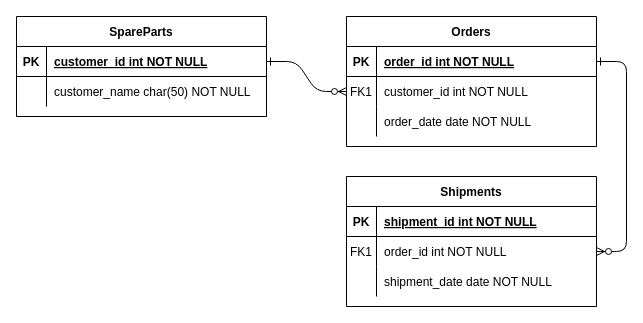
This is page "Page-5" (5 of 5) of Bentley.drawio from giuberti/diagrams, a draw.io file, before an edit. Source tidied: cells renumbered, new cells numbered last; positions are measured from the earlier drawing's top-left corner, leaving out a move shared by most shapes. Both pictures are drawn from the tidied source at 100%, with x=0, y=0 at pixel (16, 16).
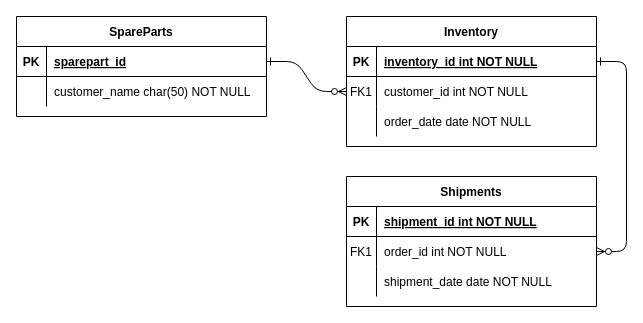
Above is the later version.

Unchanged cells that the change refers to:
```xml
<mxCell id="5" style="shape=partialRectangle;fillColor=none;points=[[0,0.5],[1,0.5]];portConstraint=eastwest;top=0;left=0;right=0;bottom=1;" parent="4" vertex="1">
  <mxGeometry y="30" width="250" height="30" as="geometry" />
</mxCell>
<mxCell id="25" style="shape=partialRectangle;fillColor=none;points=[[0,0.5],[1,0.5]];portConstraint=eastwest;top=0;left=0;right=0;bottom=1;" parent="24" vertex="1">
  <mxGeometry y="30" width="250" height="30" as="geometry" />
</mxCell>
```

Change to the diagram source:
```diff
@@
-    <mxCell id="4" value="Orders" style="shape=table;startSize=30;childLayout=tableLayout;rowLines=0;fontStyle=1;align=center;" parent="1" vertex="1">
+    <mxCell id="4" value="Inventory" style="shape=table;startSize=30;childLayout=tableLayout;rowLines=0;fontStyle=1;align=center;" parent="1" vertex="1">
       <mxGeometry x="330" width="250" height="130" as="geometry" />
     </mxCell>
@@
-    <mxCell id="7" value="order_id int NOT NULL " style="shape=partialRectangle;overflow=hidden;fillColor=none;top=0;left=0;bottom=0;right=0;align=left;spacingLeft=6;fontStyle=5;" parent="5" vertex="1">
+    <mxCell id="7" value="inventory_id int NOT NULL " style="shape=partialRectangle;overflow=hidden;fillColor=none;top=0;left=0;bottom=0;right=0;align=left;spacingLeft=6;fontStyle=5;" parent="5" vertex="1">
       <mxGeometry x="30" width="220" height="30" as="geometry" />
     </mxCell>
@@
-    <mxCell id="27" value="customer_id int NOT NULL " style="shape=partialRectangle;overflow=hidden;fillColor=none;top=0;left=0;bottom=0;right=0;align=left;spacingLeft=6;fontStyle=5;" parent="25" vertex="1">
+    <mxCell id="27" value="sparepart_id " style="shape=partialRectangle;overflow=hidden;fillColor=none;top=0;left=0;bottom=0;right=0;align=left;spacingLeft=6;fontStyle=5;" parent="25" vertex="1">
       <mxGeometry x="30" width="220" height="30" as="geometry" />
     </mxCell>
```
